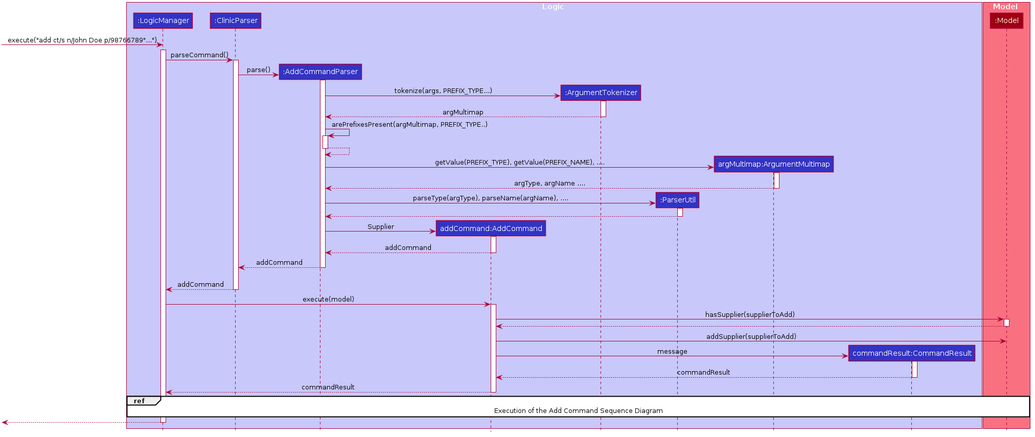
Above: docs/images/AddCommandSequenceDiagram.png in tohyuting/tp (PlantUML), before the change.
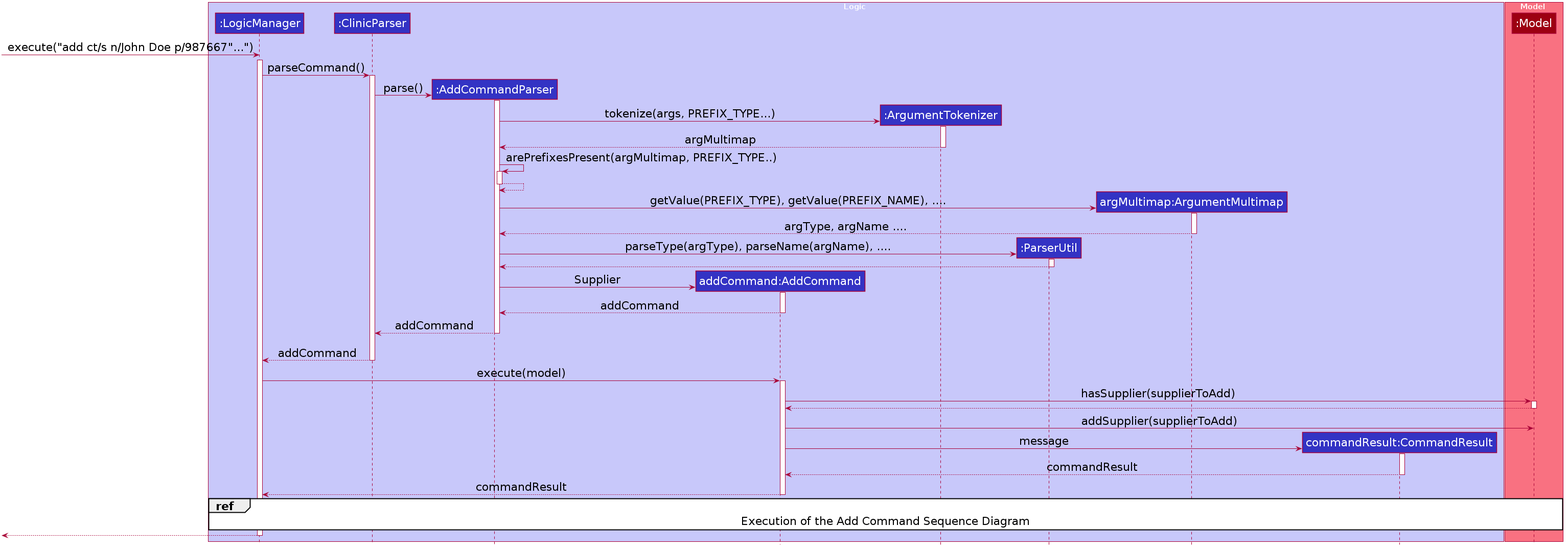
Above is the later version.

Commit message:
Generate PNG images for PlantUML diagrams

The edit, as a diff of the source:
```diff
@@ -47,6 +47,8 @@
 hide footbox
 hide members
 hide circle
+skinparam defaultFontSize 22
+
 box Logic #C8C8FA
 participant ":LogicManager" as LogicManager #3333C4
 participant ":ClinicParser" as ClinicParser #3333C4
@@ -63,7 +65,7 @@
 end box
 
 create LogicManager
-[-> LogicManager : execute("add ct/s n/John Doe p/98766789"...")
+[-> LogicManager : execute("add ct/s n/John Doe p/987667"...")
 activate LogicManager
 
 LogicManager -> ClinicParser : parseCommand()
```
